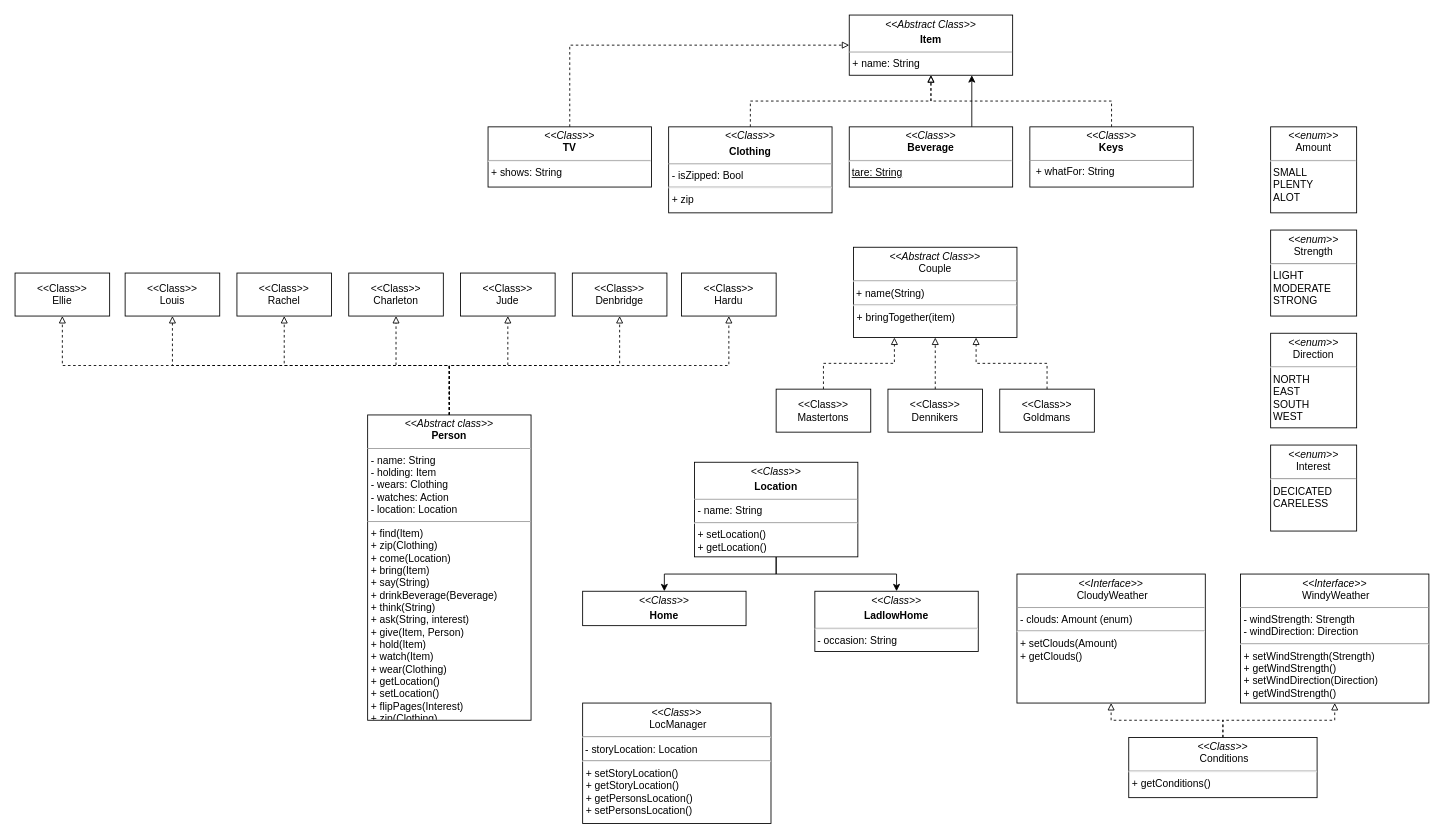
Before: Untitled Diagram.drawio in Sat1l/laba4, a draw.io diagram. Source tidied: cells renumbered, new cells numbered last; positions are measured from the earlier drawing's top-left corner, leaving out a move shared by most shapes. Both pictures are drawn from the tidied source at 86%, with x=0, y=0 at pixel (15, 15).
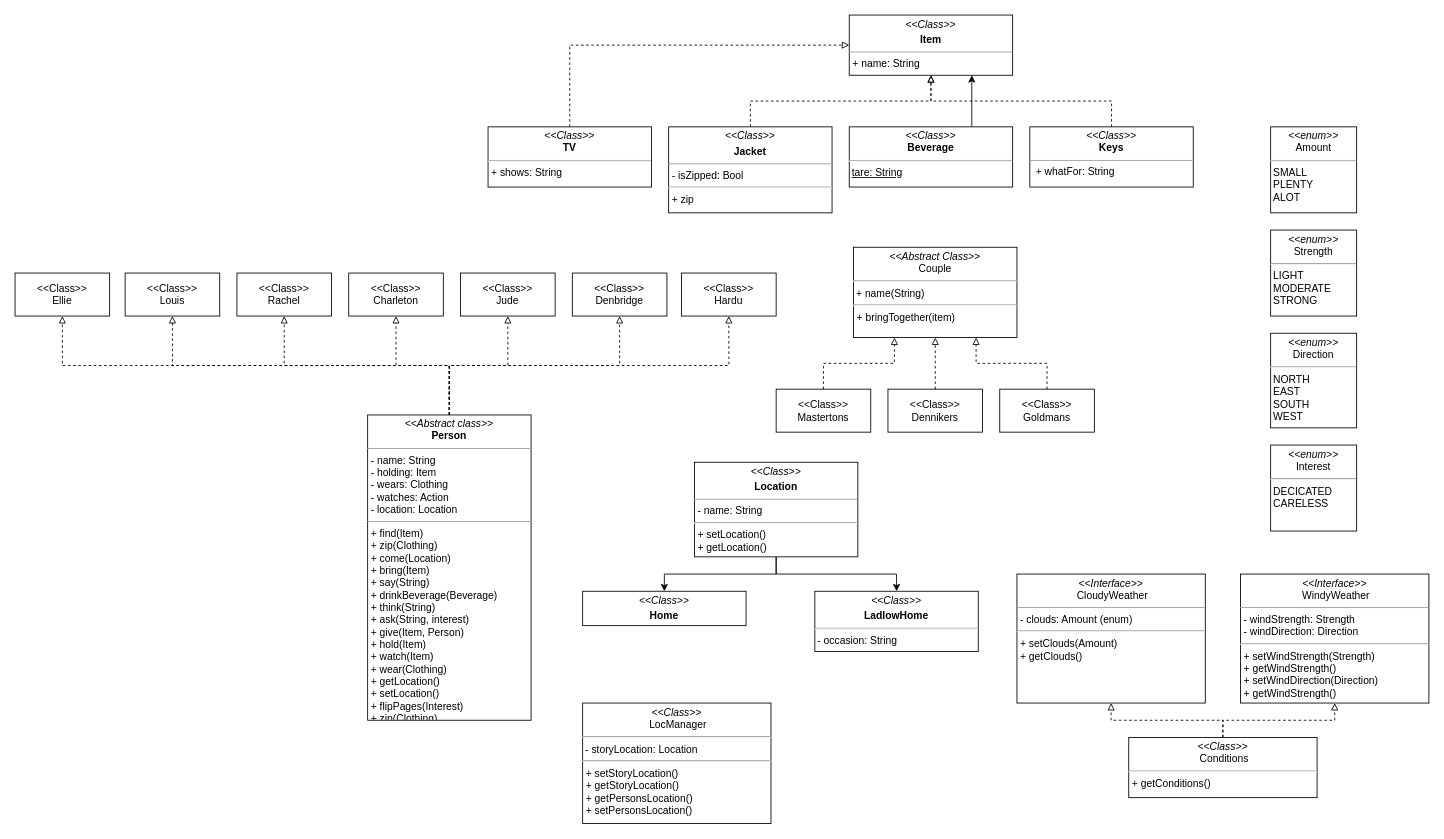
The same page after the edit.

Change to the diagram source:
```diff
@@
-    <mxCell id="10" value="&lt;p style=&quot;margin:0px;margin-top:4px;text-align:center;&quot;&gt;&lt;i&gt;&amp;lt;&amp;lt;Abstract&amp;nbsp;&lt;/i&gt;&lt;i&gt;Class&amp;gt;&amp;gt;&lt;/i&gt;&lt;/p&gt;&lt;p style=&quot;margin:0px;margin-top:4px;text-align:center;&quot;&gt;&lt;b&gt;Item&lt;/b&gt;&lt;/p&gt;&lt;hr size=&quot;1&quot;&gt;&lt;p style=&quot;margin:0px;margin-left:4px;&quot;&gt;+ name: String&lt;br&gt;&lt;/p&gt;&lt;p style=&quot;margin:0px;margin-left:4px;&quot;&gt;&lt;br&gt;&lt;/p&gt;" style="verticalAlign=top;align=left;overflow=fill;fontSize=12;fontFamily=Helvetica;html=1;whiteSpace=wrap;" parent="1" vertex="1">
+    <mxCell id="10" value="&lt;p style=&quot;margin:0px;margin-top:4px;text-align:center;&quot;&gt;&lt;i&gt;&amp;lt;&amp;lt;&lt;/i&gt;&lt;i&gt;Class&amp;gt;&amp;gt;&lt;/i&gt;&lt;/p&gt;&lt;p style=&quot;margin:0px;margin-top:4px;text-align:center;&quot;&gt;&lt;b&gt;Item&lt;/b&gt;&lt;/p&gt;&lt;hr size=&quot;1&quot;&gt;&lt;p style=&quot;margin:0px;margin-left:4px;&quot;&gt;+ name: String&lt;br&gt;&lt;/p&gt;&lt;p style=&quot;margin:0px;margin-left:4px;&quot;&gt;&lt;br&gt;&lt;/p&gt;" style="verticalAlign=top;align=left;overflow=fill;fontSize=12;fontFamily=Helvetica;html=1;whiteSpace=wrap;" parent="1" vertex="1">
       <mxGeometry x="970" width="190" height="70" as="geometry" />
     </mxCell>
@@
-    <mxCell id="12" value="&lt;p style=&quot;margin:0px;margin-top:4px;text-align:center;&quot;&gt;&lt;i&gt;&amp;lt;&amp;lt;Class&lt;/i&gt;&lt;i&gt;&amp;gt;&amp;gt;&lt;/i&gt;&lt;/p&gt;&lt;p style=&quot;margin:0px;margin-top:4px;text-align:center;&quot;&gt;&lt;b&gt;Clothing&lt;/b&gt;&lt;/p&gt;&lt;hr size=&quot;1&quot;&gt;&lt;p style=&quot;margin:0px;margin-left:4px;&quot;&gt;- isZipped: Bool&lt;/p&gt;&lt;hr&gt;&lt;p style=&quot;margin:0px;margin-left:4px;&quot;&gt;+ zip&lt;/p&gt;" style="verticalAlign=top;align=left;overflow=fill;fontSize=12;fontFamily=Helvetica;html=1;whiteSpace=wrap;" parent="1" vertex="1">
+    <mxCell id="12" value="&lt;p style=&quot;margin:0px;margin-top:4px;text-align:center;&quot;&gt;&lt;i&gt;&amp;lt;&amp;lt;Class&lt;/i&gt;&lt;i&gt;&amp;gt;&amp;gt;&lt;/i&gt;&lt;/p&gt;&lt;p style=&quot;margin:0px;margin-top:4px;text-align:center;&quot;&gt;&lt;b&gt;Jacket&lt;/b&gt;&lt;/p&gt;&lt;hr size=&quot;1&quot;&gt;&lt;p style=&quot;margin:0px;margin-left:4px;&quot;&gt;- isZipped: Bool&lt;/p&gt;&lt;hr&gt;&lt;p style=&quot;margin:0px;margin-left:4px;&quot;&gt;+ zip&lt;/p&gt;" style="verticalAlign=top;align=left;overflow=fill;fontSize=12;fontFamily=Helvetica;html=1;whiteSpace=wrap;" parent="1" vertex="1">
       <mxGeometry x="760" y="130" width="190" height="100" as="geometry" />
     </mxCell>
```
